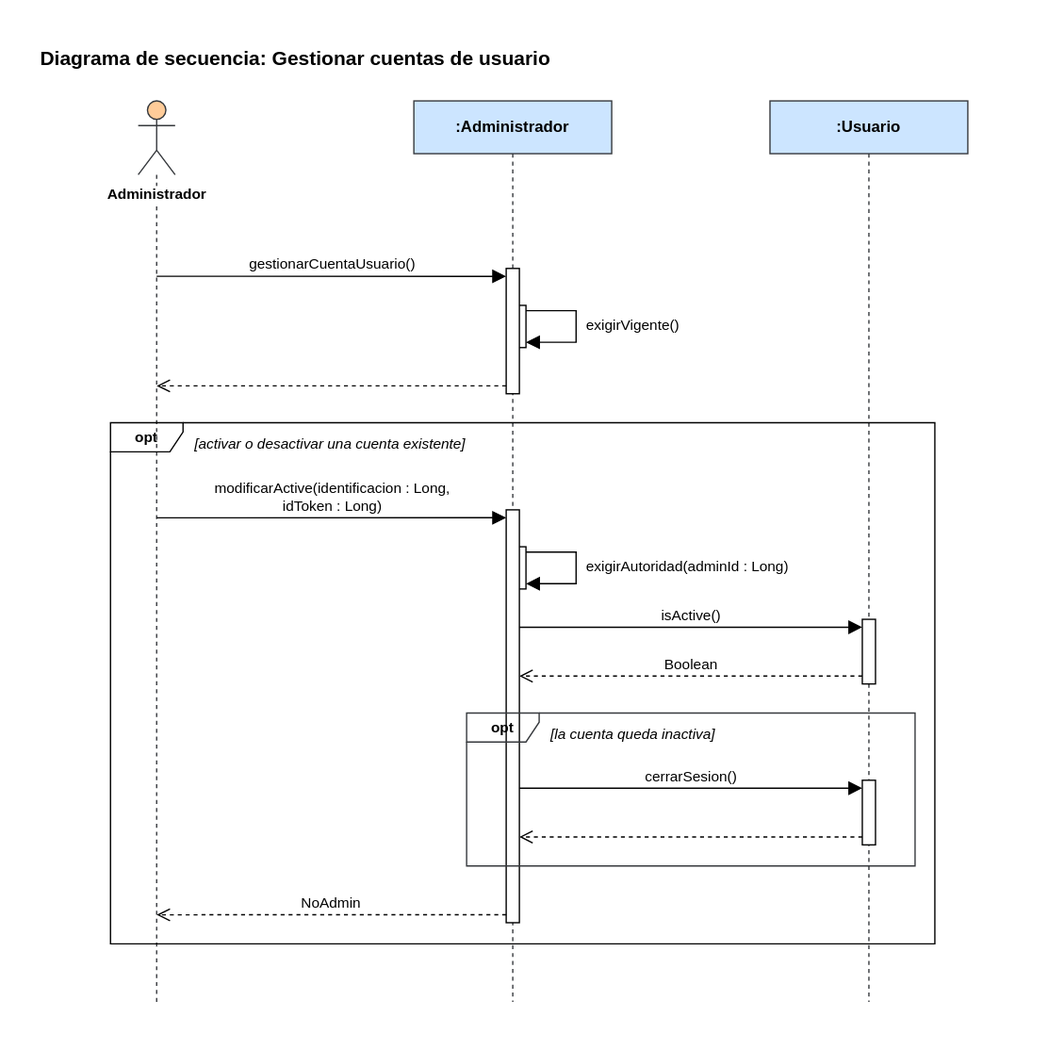
manuel20051208/HorizontalSoftware-Back-End keeps this draw.io diagram as Diagramas/Secuencia/gestionar-cuentas-de-usuario.svg. Above is the earlier version. Source tidied: cells renumbered, new cells last; positions are measured from the earlier drawing's top-left corner, leaving out a move shared by most shapes.
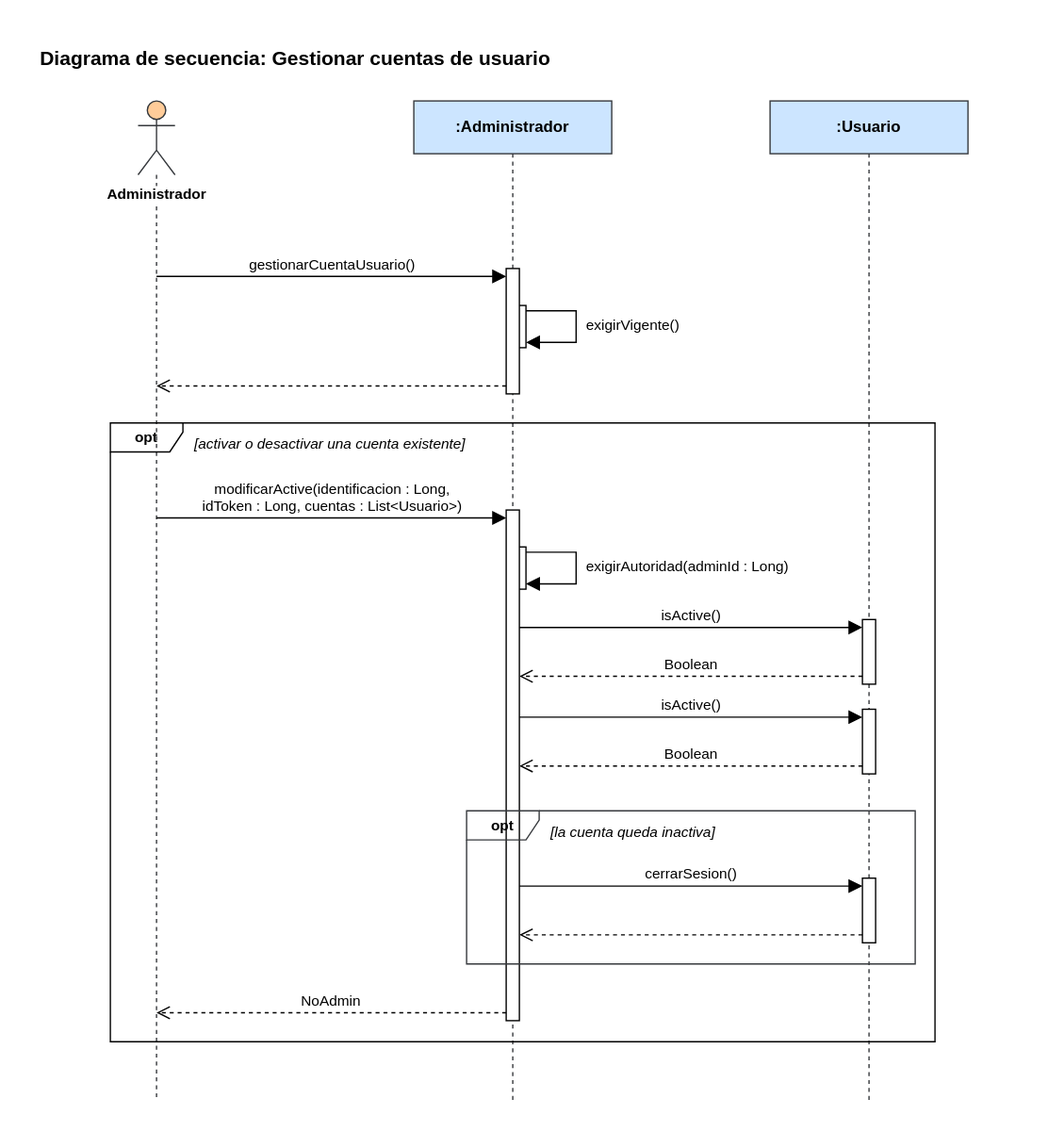
Later version of the same file.

The edit, as a diff of the source:
```diff
@@ -6,13 +6,13 @@
       <mxGeometry width="730" height="26" as="geometry" />
     </mxCell>
     <mxCell id="3" value="Administrador" style="shape=umlLifeline;participant=umlActor;perimeter=lifelinePerimeter;whiteSpace=nowrap;html=1;outlineConnect=0;portConstraint=eastwest;size=56;verticalAlign=top;spacingTop=58;labelBackgroundColor=#ffffff;fontStyle=1;fontSize=11;fillColor=#ffcc99;strokeColor=#36393d;" parent="1" vertex="1">
-      <mxGeometry x="76" y="48" width="28" height="683" as="geometry" />
+      <mxGeometry x="76" y="48" width="28" height="757" as="geometry" />
     </mxCell>
     <mxCell id="4" value=":Administrador" style="shape=umlLifeline;perimeter=lifelinePerimeter;whiteSpace=wrap;html=1;fillColor=#cce5ff;strokeColor=#36393d;fontStyle=1;fontSize=12;" parent="1" vertex="1">
-      <mxGeometry x="285" y="48" width="150" height="683" as="geometry" />
+      <mxGeometry x="285" y="48" width="150" height="757" as="geometry" />
     </mxCell>
     <mxCell id="5" value=":Usuario" style="shape=umlLifeline;perimeter=lifelinePerimeter;whiteSpace=wrap;html=1;fillColor=#cce5ff;strokeColor=#36393d;fontStyle=1;fontSize=12;" parent="1" vertex="1">
-      <mxGeometry x="555" y="48" width="150" height="683" as="geometry" />
+      <mxGeometry x="555" y="48" width="150" height="757" as="geometry" />
     </mxCell>
     <mxCell id="6" style="html=1;points=[];perimeter=orthogonalPerimeter;fillColor=#ffffff;strokeColor=#000000;" parent="1" vertex="1">
       <mxGeometry x="360" y="203" width="10" height="32" as="geometry" />
@@ -27,12 +27,12 @@
       <mxGeometry x="625" y="441" width="10" height="49" as="geometry" />
     </mxCell>
     <mxCell id="10" style="html=1;points=[];perimeter=orthogonalPerimeter;fillColor=#ffffff;strokeColor=#000000;" parent="1" vertex="1">
-      <mxGeometry x="625" y="563" width="10" height="49" as="geometry" />
+      <mxGeometry x="625" y="637" width="10" height="49" as="geometry" />
     </mxCell>
     <mxCell id="11" style="html=1;points=[];perimeter=orthogonalPerimeter;fillColor=#ffffff;strokeColor=#000000;" parent="1" vertex="1">
-      <mxGeometry x="355" y="358" width="10" height="313" as="geometry" />
+      <mxGeometry x="355" y="358" width="10" height="387" as="geometry" />
     </mxCell>
-    <mxCell id="12" value="gestionarCuentaUsuario()" style="html=1;verticalAlign=bottom;rounded=0;fontSize=11;strokeColor=#000000;endArrow=block;endFill=1;endSize=8;exitX=0.5000;exitY=0.1947;exitDx=0;exitDy=0;exitPerimeter=0;entryX=0.0000;entryY=0.0632;entryDx=0;entryDy=0;entryPerimeter=0;" parent="1" edge="1" source="3" target="7">
+    <mxCell id="12" value="gestionarCuentaUsuario()" style="html=1;verticalAlign=bottom;rounded=0;fontSize=11;strokeColor=#000000;endArrow=block;endFill=1;endSize=8;exitX=0.5000;exitY=0.1757;exitDx=0;exitDy=0;exitPerimeter=0;entryX=0.0000;entryY=0.0632;entryDx=0;entryDy=0;entryPerimeter=0;" parent="1" edge="1" source="3" target="7">
       <mxGeometry relative="1" as="geometry" />
     </mxCell>
     <mxCell id="13" style="html=1;rounded=0;endArrow=block;endFill=1;endSize=8;strokeColor=#000000;exitX=1.0000;exitY=0.1250;exitDx=0;exitDy=0;exitPerimeter=0;entryX=1.0000;entryY=0.8750;entryDx=0;entryDy=0;entryPerimeter=0;" parent="1" edge="1" source="6" target="6">
@@ -43,10 +43,10 @@
         </Array>
       </mxGeometry>
     </mxCell>
-    <mxCell id="14" style="html=1;verticalAlign=bottom;rounded=0;fontSize=11;strokeColor=#000000;dashed=1;endArrow=open;endFill=0;endSize=8;exitX=0.0000;exitY=0.9368;exitDx=0;exitDy=0;exitPerimeter=0;entryX=0.5000;entryY=0.3163;entryDx=0;entryDy=0;entryPerimeter=0;" parent="1" edge="1" source="7" target="3">
+    <mxCell id="14" style="html=1;verticalAlign=bottom;rounded=0;fontSize=11;strokeColor=#000000;dashed=1;endArrow=open;endFill=0;endSize=8;exitX=0.0000;exitY=0.9368;exitDx=0;exitDy=0;exitPerimeter=0;entryX=0.5000;entryY=0.2853;entryDx=0;entryDy=0;entryPerimeter=0;" parent="1" edge="1" source="7" target="3">
       <mxGeometry relative="1" as="geometry" />
     </mxCell>
-    <mxCell id="15" value="modificarActive(identificacion : Long,&lt;br&gt;idToken : Long)" style="html=1;verticalAlign=bottom;rounded=0;fontSize=11;strokeColor=#000000;endArrow=block;endFill=1;endSize=8;exitX=0.5000;exitY=0.4627;exitDx=0;exitDy=0;exitPerimeter=0;entryX=0.0000;entryY=0.0192;entryDx=0;entryDy=0;entryPerimeter=0;" parent="1" edge="1" source="3" target="11">
+    <mxCell id="15" value="modificarActive(identificacion : Long,&lt;br&gt;idToken : Long, cuentas : List&amp;lt;Usuario&amp;gt;)" style="html=1;verticalAlign=bottom;rounded=0;fontSize=11;strokeColor=#000000;endArrow=block;endFill=1;endSize=8;exitX=0.5000;exitY=0.4174;exitDx=0;exitDy=0;exitPerimeter=0;entryX=0.0000;entryY=0.0155;entryDx=0;entryDy=0;entryPerimeter=0;" parent="1" edge="1" source="3" target="11">
       <mxGeometry relative="1" as="geometry" />
     </mxCell>
     <mxCell id="16" style="html=1;rounded=0;endArrow=block;endFill=1;endSize=8;strokeColor=#000000;exitX=1.0000;exitY=0.1250;exitDx=0;exitDy=0;exitPerimeter=0;entryX=1.0000;entryY=0.8750;entryDx=0;entryDy=0;entryPerimeter=0;" parent="1" edge="1" source="8" target="8">
@@ -57,19 +57,19 @@
         </Array>
       </mxGeometry>
     </mxCell>
-    <mxCell id="17" value="isActive()" style="html=1;verticalAlign=bottom;rounded=0;fontSize=11;strokeColor=#000000;endArrow=block;endFill=1;endSize=8;exitX=1.0000;exitY=0.2843;exitDx=0;exitDy=0;exitPerimeter=0;entryX=0.0000;entryY=0.1224;entryDx=0;entryDy=0;entryPerimeter=0;" parent="1" edge="1" source="11" target="9">
+    <mxCell id="17" value="isActive()" style="html=1;verticalAlign=bottom;rounded=0;fontSize=11;strokeColor=#000000;endArrow=block;endFill=1;endSize=8;exitX=1.0000;exitY=0.2300;exitDx=0;exitDy=0;exitPerimeter=0;entryX=0.0000;entryY=0.1224;entryDx=0;entryDy=0;entryPerimeter=0;" parent="1" edge="1" source="11" target="9">
       <mxGeometry relative="1" as="geometry" />
     </mxCell>
-    <mxCell id="18" value="Boolean" style="html=1;verticalAlign=bottom;rounded=0;fontSize=11;strokeColor=#000000;dashed=1;endArrow=open;endFill=0;endSize=8;exitX=0.0000;exitY=0.8776;exitDx=0;exitDy=0;exitPerimeter=0;entryX=1.0000;entryY=0.4026;entryDx=0;entryDy=0;entryPerimeter=0;" parent="1" edge="1" source="9" target="11">
+    <mxCell id="18" value="Boolean" style="html=1;verticalAlign=bottom;rounded=0;fontSize=11;strokeColor=#000000;dashed=1;endArrow=open;endFill=0;endSize=8;exitX=0.0000;exitY=0.8776;exitDx=0;exitDy=0;exitPerimeter=0;entryX=1.0000;entryY=0.3256;entryDx=0;entryDy=0;entryPerimeter=0;" parent="1" edge="1" source="9" target="11">
       <mxGeometry relative="1" as="geometry" />
     </mxCell>
-    <mxCell id="19" value="cerrarSesion()" style="html=1;verticalAlign=bottom;rounded=0;fontSize=11;strokeColor=#000000;endArrow=block;endFill=1;endSize=8;exitX=1.0000;exitY=0.6741;exitDx=0;exitDy=0;exitPerimeter=0;entryX=0.0000;entryY=0.1224;entryDx=0;entryDy=0;entryPerimeter=0;" parent="1" edge="1" source="11" target="10">
+    <mxCell id="19" value="cerrarSesion()" style="html=1;verticalAlign=bottom;rounded=0;fontSize=11;strokeColor=#000000;endArrow=block;endFill=1;endSize=8;exitX=1.0000;exitY=0.7364;exitDx=0;exitDy=0;exitPerimeter=0;entryX=0.0000;entryY=0.1224;entryDx=0;entryDy=0;entryPerimeter=0;" parent="1" edge="1" source="11" target="10">
       <mxGeometry relative="1" as="geometry" />
     </mxCell>
-    <mxCell id="20" style="html=1;verticalAlign=bottom;rounded=0;fontSize=11;strokeColor=#000000;dashed=1;endArrow=open;endFill=0;endSize=8;exitX=0.0000;exitY=0.8776;exitDx=0;exitDy=0;exitPerimeter=0;entryX=1.0000;entryY=0.7923;entryDx=0;entryDy=0;entryPerimeter=0;" parent="1" edge="1" source="10" target="11">
+    <mxCell id="20" style="html=1;verticalAlign=bottom;rounded=0;fontSize=11;strokeColor=#000000;dashed=1;endArrow=open;endFill=0;endSize=8;exitX=0.0000;exitY=0.8776;exitDx=0;exitDy=0;exitPerimeter=0;entryX=1.0000;entryY=0.8320;entryDx=0;entryDy=0;entryPerimeter=0;" parent="1" edge="1" source="10" target="11">
       <mxGeometry relative="1" as="geometry" />
     </mxCell>
-    <mxCell id="21" value="NoAdmin" style="html=1;verticalAlign=bottom;rounded=0;fontSize=11;strokeColor=#000000;dashed=1;endArrow=open;endFill=0;endSize=8;exitX=0.0000;exitY=0.9808;exitDx=0;exitDy=0;exitPerimeter=0;entryX=0.5000;entryY=0.9034;entryDx=0;entryDy=0;entryPerimeter=0;" parent="1" edge="1" source="11" target="3">
+    <mxCell id="21" value="NoAdmin" style="html=1;verticalAlign=bottom;rounded=0;fontSize=11;strokeColor=#000000;dashed=1;endArrow=open;endFill=0;endSize=8;exitX=0.0000;exitY=0.9845;exitDx=0;exitDy=0;exitPerimeter=0;entryX=0.5000;entryY=0.9128;entryDx=0;entryDy=0;entryPerimeter=0;" parent="1" edge="1" source="11" target="3">
       <mxGeometry relative="1" as="geometry" />
     </mxCell>
     <mxCell id="22" value="exigirVigente()" style="text;html=1;align=left;verticalAlign=top;whiteSpace=wrap;overflow=hidden;fontSize=11;" parent="1" vertex="1">
@@ -78,14 +78,23 @@
     <mxCell id="23" value="exigirAutoridad(adminId : Long)" style="text;html=1;align=left;verticalAlign=top;whiteSpace=wrap;overflow=hidden;fontSize=11;" parent="1" vertex="1">
       <mxGeometry x="414" y="388" width="185" height="28" as="geometry" />
     </mxCell>
+    <mxCell id="28" style="html=1;points=[];perimeter=orthogonalPerimeter;fillColor=#ffffff;strokeColor=#000000;" parent="1" vertex="1">
+      <mxGeometry x="625" y="509" width="10" height="49" as="geometry" />
+    </mxCell>
+    <mxCell id="29" value="isActive()" style="html=1;verticalAlign=bottom;rounded=0;fontSize=11;strokeColor=#000000;endArrow=block;endFill=1;endSize=8;exitX=1.0000;exitY=0.4057;exitDx=0;exitDy=0;exitPerimeter=0;entryX=0.0000;entryY=0.1224;entryDx=0;entryDy=0;entryPerimeter=0;" parent="1" edge="1" source="11" target="28">
+      <mxGeometry relative="1" as="geometry" />
+    </mxCell>
+    <mxCell id="30" value="Boolean" style="html=1;verticalAlign=bottom;rounded=0;fontSize=11;strokeColor=#000000;dashed=1;endArrow=open;endFill=0;endSize=8;exitX=0.0000;exitY=0.8776;exitDx=0;exitDy=0;exitPerimeter=0;entryX=1.0000;entryY=0.5013;entryDx=0;entryDy=0;entryPerimeter=0;" parent="1" edge="1" source="28" target="11">
+      <mxGeometry relative="1" as="geometry" />
+    </mxCell>
     <mxCell id="24" value="opt" style="shape=umlFrame;whiteSpace=wrap;html=1;fillColor=none;strokeColor=#36393d;fontStyle=1;fontSize=11;width=55;height=22;" parent="1" vertex="1">
-      <mxGeometry x="325" y="512" width="340" height="116" as="geometry" />
+      <mxGeometry x="325" y="586" width="340" height="116" as="geometry" />
     </mxCell>
     <mxCell id="25" value="opt" style="shape=umlFrame;whiteSpace=wrap;html=1;fontStyle=1;fontSize=11;width=55;height=22;fillColor=none;" parent="1" vertex="1">
-      <mxGeometry x="55" y="292" width="625" height="395" as="geometry" />
+      <mxGeometry x="55" y="292" width="625" height="469" as="geometry" />
     </mxCell>
     <mxCell id="26" value="[la cuenta queda inactiva]" style="text;html=1;align=left;verticalAlign=top;whiteSpace=wrap;fontSize=11;fontStyle=2;" parent="1" vertex="1">
-      <mxGeometry x="387" y="515" width="270" height="22" as="geometry" />
+      <mxGeometry x="387" y="589" width="270" height="22" as="geometry" />
     </mxCell>
     <mxCell id="27" value="[activar o desactivar una cuenta existente]" style="text;html=1;align=left;verticalAlign=top;whiteSpace=wrap;fontSize=11;fontStyle=2;" parent="1" vertex="1">
       <mxGeometry x="117" y="295" width="555" height="22" as="geometry" />
```
